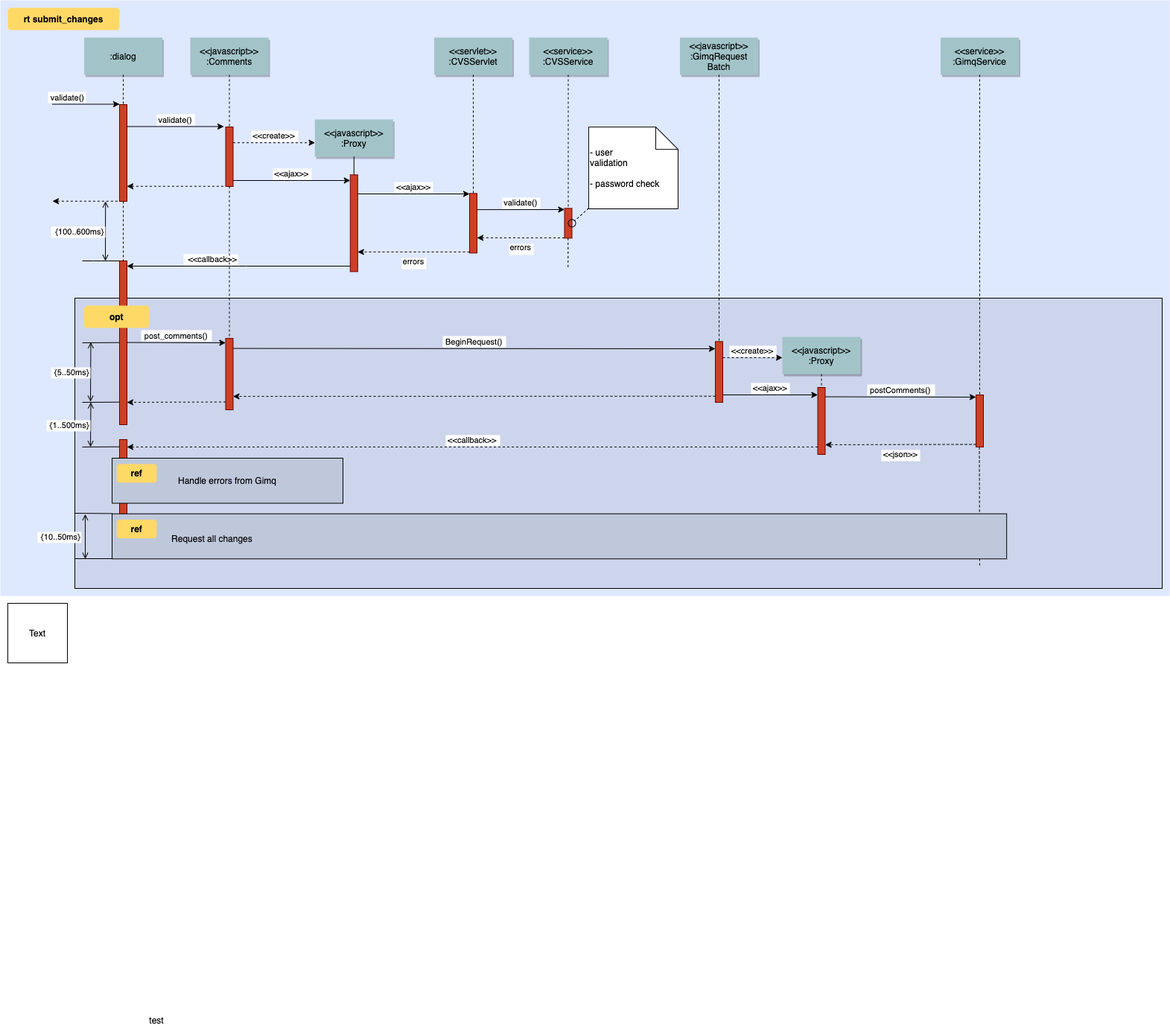
The draw.io diagram myFirstFloder/Untitled Diagram.png in siyaooay/myPictures, before a commit. Source tidied: cells renumbered, new cells last; positions are measured from the earlier drawing's top-left corner, leaving out a move shared by most shapes.
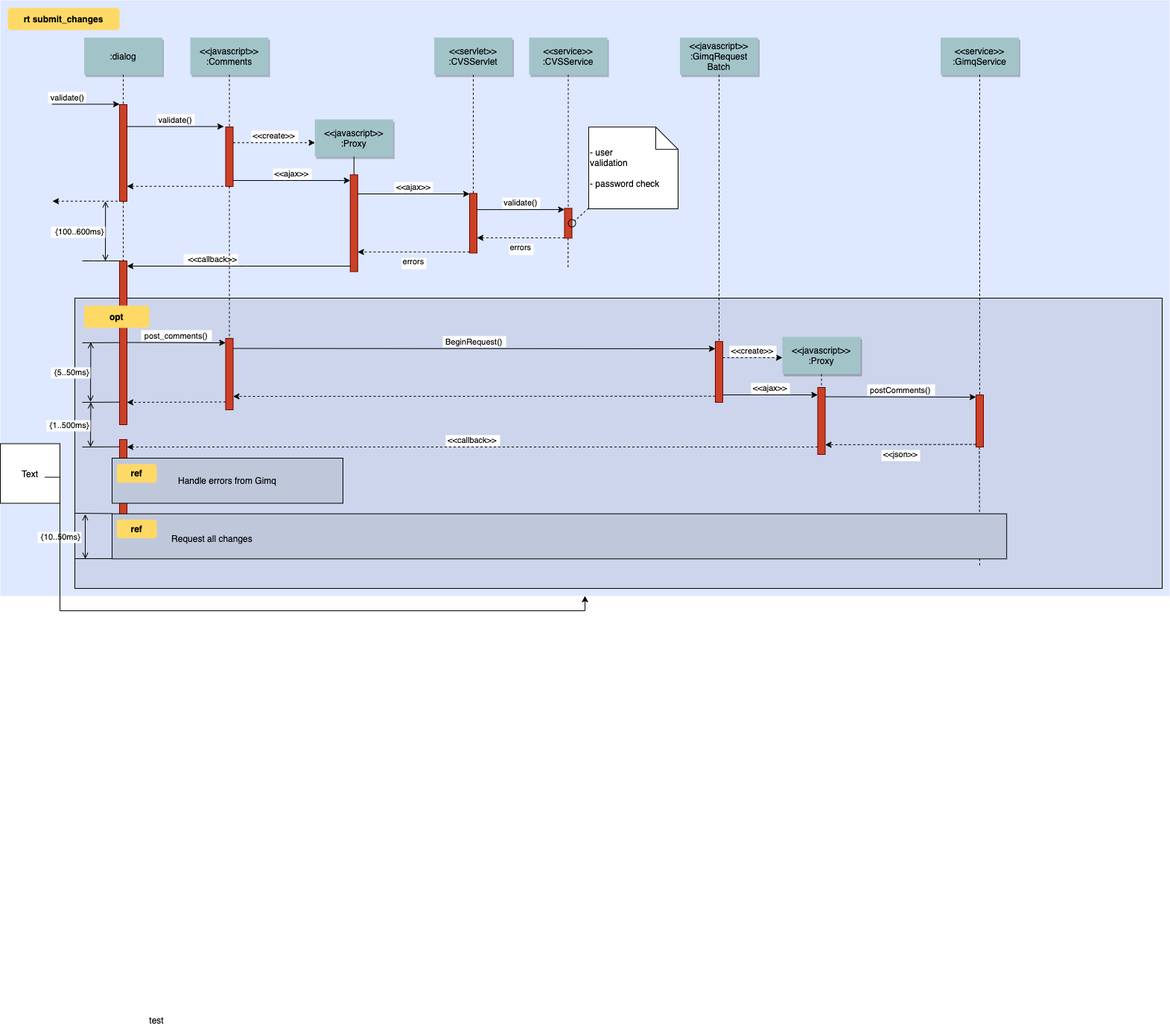
After the change.

The edit, as a diff of the source:
```diff
@@ -311,7 +311,7 @@
       <mxGeometry x="190" y="1360" width="40" height="20" as="geometry" />
     </mxCell>
     <mxCell id="76" style="group;" parent="1" vertex="1">
-      <mxGeometry x="10" y="810" width="80" height="80" as="geometry" />
+      <mxGeometry y="595.6" width="80" height="80" as="geometry" />
     </mxCell>
     <mxCell id="77" style="whiteSpace=wrap;html=1;" parent="76" vertex="1">
       <mxGeometry width="80" height="80" as="geometry" />
@@ -319,5 +319,8 @@
     <mxCell id="78" value="Text" style="text;html=1;strokeColor=none;fillColor=none;align=center;verticalAlign=middle;whiteSpace=wrap;rounded=0;" parent="76" vertex="1">
       <mxGeometry x="20" y="30" width="40" height="20" as="geometry" />
     </mxCell>
+    <mxCell id="79" style="edgeStyle=orthogonalEdgeStyle;rounded=0;jettySize=auto;html=1;exitX=1;exitY=0.75;exitDx=0;exitDy=0;" parent="1" edge="1" source="78" target="2">
+      <mxGeometry relative="1" as="geometry" />
+    </mxCell>
   </root>
 </mxGraphModel>
```
